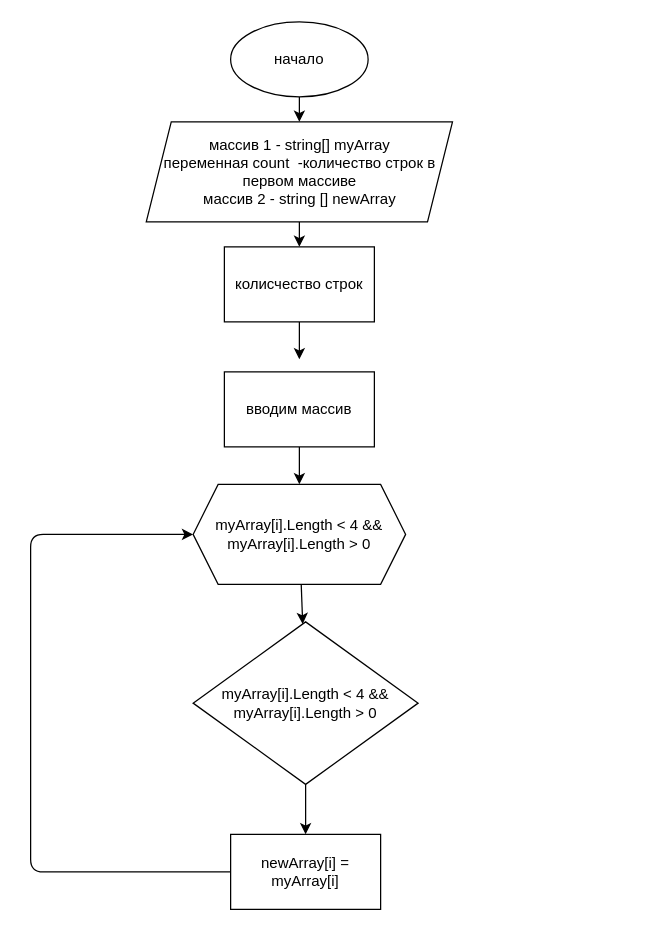
Before: diagram.drawio in AnnaTsigip/verification, a draw.io diagram. Source tidied: cells renumbered, new cells numbered last; positions are measured from the earlier drawing's top-left corner, leaving out a move shared by most shapes. Both pictures are drawn from the tidied source at 125%, with x=0, y=0 at pixel (30, 21).
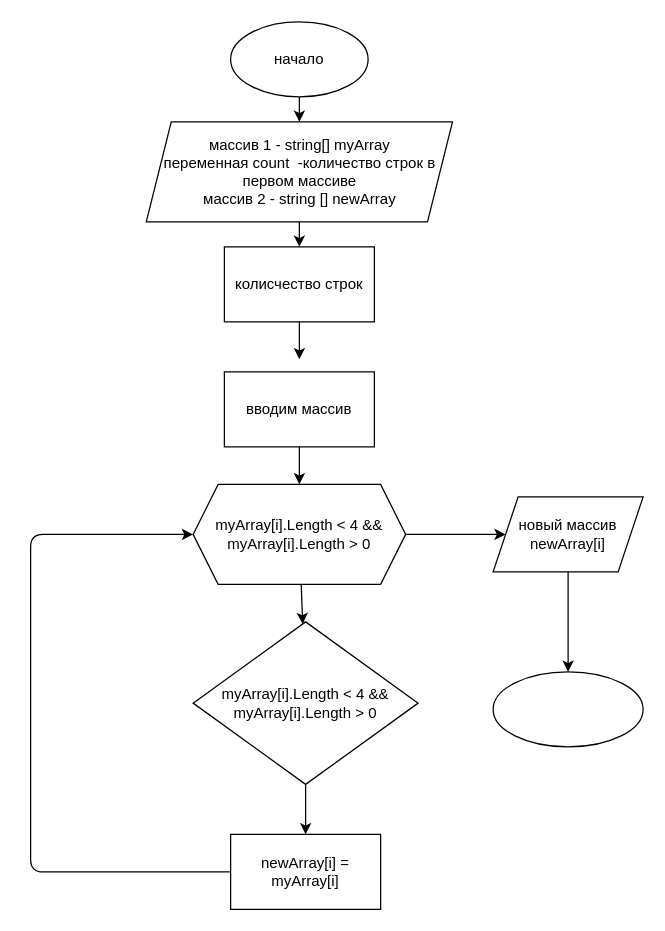
Above is the later version.

Unchanged cells that the change refers to:
```xml
<mxCell id="11" value="myArray[i].Length &amp;lt; 4 &amp;amp;&amp;amp; myArray[i].Length &amp;gt; 0" style="shape=hexagon;perimeter=hexagonPerimeter2;whiteSpace=wrap;html=1;fixedSize=1;" parent="1" vertex="1">
  <mxGeometry x="130" y="370" width="170" height="80" as="geometry" />
</mxCell>
```

What changed in the source:
```diff
@@
+    <mxCell id="16" style="edgeStyle=none;html=1;" parent="1" edge="1" source="11" target="18">
+      <mxGeometry relative="1" as="geometry" />
+    </mxCell>
@@
+    <mxCell id="17" style="edgeStyle=none;html=1;" parent="1" edge="1" source="18" target="19">
+      <mxGeometry relative="1" as="geometry" />
+    </mxCell>
+    <mxCell id="18" value="новый массив newArray[i]" style="shape=parallelogram;perimeter=parallelogramPerimeter;whiteSpace=wrap;html=1;fixedSize=1;" parent="1" vertex="1">
+      <mxGeometry x="370" y="380" width="120" height="60" as="geometry" />
+    </mxCell>
+    <mxCell id="19" style="ellipse;whiteSpace=wrap;html=1;" parent="1" vertex="1">
+      <mxGeometry x="370" y="520" width="120" height="60" as="geometry" />
+    </mxCell>
```
